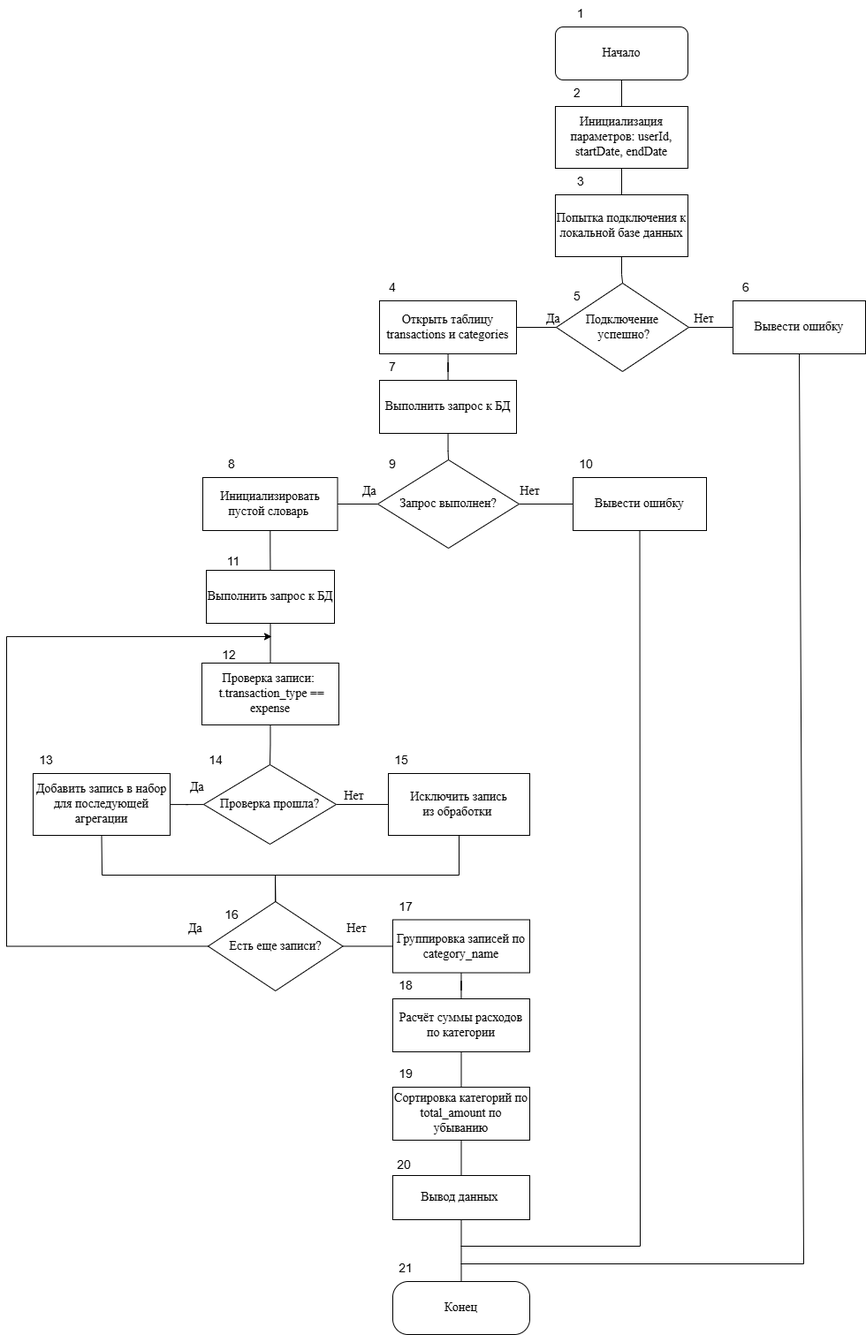
The draw.io diagram диаграммы/блок-схема по категориям.png in nastyatomchuk/diplom, before a commit. Source tidied: cells renumbered, new cells last; positions are measured from the earlier drawing's top-left corner, leaving out a move shared by most shapes.
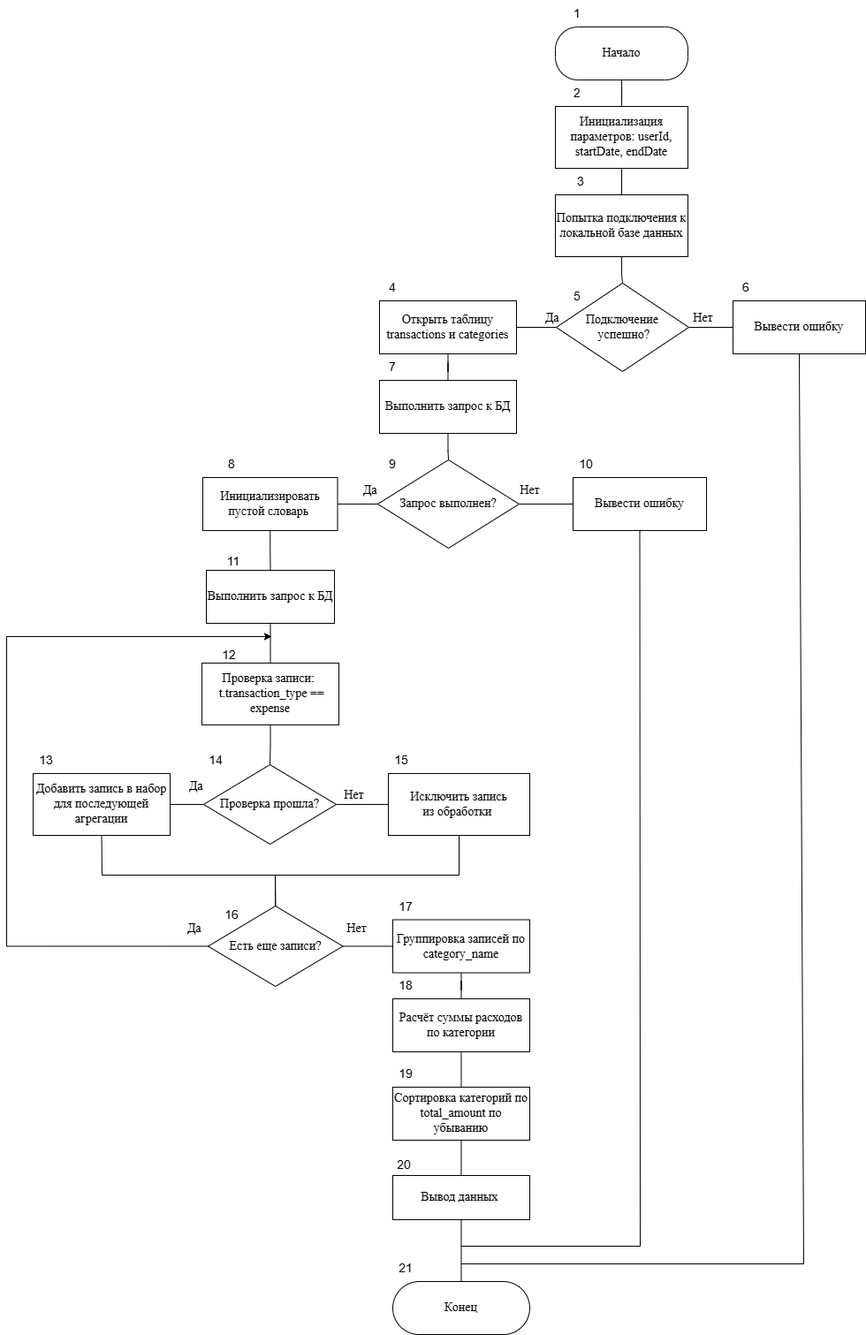
Later version of the same file.

Change to the diagram source:
```diff
@@ -5,7 +5,7 @@
     <mxCell id="2" style="edgeStyle=orthogonalEdgeStyle;rounded=0;jettySize=auto;html=1;fontFamily=Times New Roman;fontSize=14;endArrow=none;endFill=0;" parent="1" edge="1" source="3" target="7">
       <mxGeometry relative="1" as="geometry" />
     </mxCell>
-    <mxCell id="3" value="Начало" style="rounded=1;whiteSpace=wrap;html=1;fontFamily=Times New Roman;fontSize=14;" parent="1" vertex="1">
+    <mxCell id="3" value="Начало" style="rounded=1;whiteSpace=wrap;html=1;fontFamily=Times New Roman;fontSize=14;arcSize=43;" parent="1" vertex="1">
       <mxGeometry x="621" y="30" width="150" height="60" as="geometry" />
     </mxCell>
     <mxCell id="4" style="edgeStyle=orthogonalEdgeStyle;rounded=0;jettySize=auto;html=1;fontFamily=Times New Roman;fontSize=14;endArrow=none;endFill=0;" parent="1" edge="1" source="6" target="12">
@@ -134,7 +134,7 @@
       </mxGeometry>
     </mxCell>
     <mxCell id="41" value="Есть еще записи?" style="rhombus;whiteSpace=wrap;html=1;fontFamily=Times New Roman;fontSize=14;" parent="1" vertex="1">
-      <mxGeometry x="228" y="1020" width="152.5" height="101" as="geometry" />
+      <mxGeometry x="228" y="1025" width="152.5" height="91" as="geometry" />
     </mxCell>
     <mxCell id="42" style="edgeStyle=orthogonalEdgeStyle;rounded=0;jettySize=auto;html=1;entryX=0.5;entryY=0;entryDx=0;entryDy=0;fontFamily=Times New Roman;fontSize=14;endArrow=none;endFill=0;" parent="1" edge="1" source="43" target="45">
       <mxGeometry relative="1" as="geometry" />
@@ -154,7 +154,7 @@
     <mxCell id="47" value="Вывод данных&amp;nbsp;" style="rounded=0;whiteSpace=wrap;html=1;fontFamily=Times New Roman;fontSize=14;" parent="1" vertex="1">
       <mxGeometry x="437" y="1330" width="155" height="50" as="geometry" />
     </mxCell>
-    <mxCell id="48" value="Конец" style="rounded=1;whiteSpace=wrap;html=1;fontFamily=Times New Roman;fontSize=14;arcSize=29;" parent="1" vertex="1">
+    <mxCell id="48" value="Конец" style="rounded=1;whiteSpace=wrap;html=1;fontFamily=Times New Roman;fontSize=14;arcSize=50;" parent="1" vertex="1">
       <mxGeometry x="437" y="1450" width="155" height="60" as="geometry" />
     </mxCell>
     <mxCell id="49" style="endArrow=none;html=1;rounded=0;exitX=0.5;exitY=1;exitDx=0;exitDy=0;entryX=0.5;entryY=0;entryDx=0;entryDy=0;fontFamily=Times New Roman;fontSize=14;endFill=0;" parent="1" edge="1" source="7" target="6">
@@ -207,7 +207,7 @@
       </mxGeometry>
     </mxCell>
     <mxCell id="56" value="1" style="text;html=1;whiteSpace=wrap;strokeColor=none;fillColor=none;align=center;verticalAlign=middle;rounded=0;fontSize=14;" parent="1" vertex="1">
-      <mxGeometry x="635" width="30" height="30" as="geometry" />
+      <mxGeometry x="631" width="30" height="30" as="geometry" />
     </mxCell>
     <mxCell id="57" value="2" style="text;html=1;whiteSpace=wrap;strokeColor=none;fillColor=none;align=center;verticalAlign=middle;rounded=0;fontSize=14;" parent="1" vertex="1">
       <mxGeometry x="631" y="90" width="30" height="30" as="geometry" />
```
